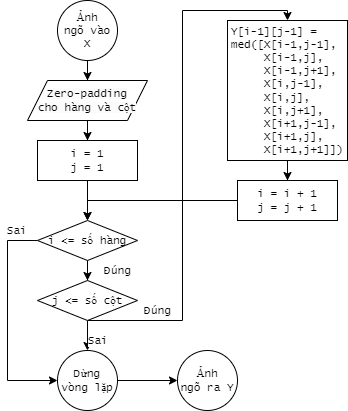
The draw.io diagram images/median_filtering_algorithm.png in pkhanh1103/proj_dsp, before a commit. Source tidied: cells renumbered, new cells last; positions are measured from the earlier drawing's top-left corner, leaving out a move shared by most shapes.
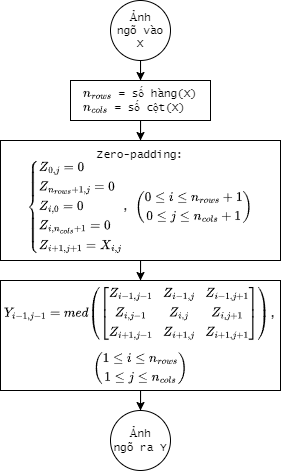
Later version of the same file.

The edit, as a diff of the source:
```diff
@@ -1,74 +1,33 @@
-<mxGraphModel>
+<mxGraphModel math="1">
   <root>
     <mxCell id="0" />
     <mxCell id="1" parent="0" />
-    <mxCell id="2" style="edgeStyle=orthogonalEdgeStyle;rounded=0;jettySize=auto;html=1;fontFamily=Lucida Console;" parent="1" edge="1" source="3" target="10">
-      <mxGeometry relative="1" as="geometry" />
-    </mxCell>
+    <mxCell id="21" style="edgeStyle=orthogonalEdgeStyle;rounded=0;jettySize=auto;html=1;entryX=0.5;entryY=0;entryDx=0;entryDy=0;" parent="1" edge="1" source="3" target="24">
+      <mxGeometry relative="1" as="geometry" />
+    </mxCell>
     <mxCell id="3" value="Ảnh &lt;br style=&quot;font-size: 11px;&quot;&gt;ngõ vào X" style="ellipse;whiteSpace=wrap;html=1;fontFamily=Lucida Console;fontSize=11;" parent="1" vertex="1">
-      <mxGeometry x="50" width="60" height="60" as="geometry" />
+      <mxGeometry x="70" width="60" height="60" as="geometry" />
     </mxCell>
-    <mxCell id="4" style="edgeStyle=orthogonalEdgeStyle;rounded=0;jettySize=auto;html=1;fontFamily=Lucida Console;" parent="1" edge="1" source="5" target="8">
-      <mxGeometry relative="1" as="geometry" />
-    </mxCell>
-    <mxCell id="5" value="i = 1&lt;br&gt;j = 1" style="rounded=0;whiteSpace=wrap;html=1;fontFamily=Lucida Console;fontSize=11;" parent="1" vertex="1">
-      <mxGeometry x="30" y="140" width="100" height="40" as="geometry" />
-    </mxCell>
-    <mxCell id="6" value="Đúng" style="edgeStyle=orthogonalEdgeStyle;rounded=0;jettySize=auto;html=1;entryX=0.5;entryY=0;entryDx=0;entryDy=0;fontFamily=Lucida Console;" parent="1" edge="1" source="8" target="15">
-      <mxGeometry x="0.67" y="30" relative="1" as="geometry" />
-    </mxCell>
-    <mxCell id="7" value="Sai" style="edgeStyle=orthogonalEdgeStyle;rounded=0;jettySize=auto;html=1;entryX=0;entryY=0.5;entryDx=0;entryDy=0;fontFamily=Lucida Console;" parent="1" edge="1" source="8" target="20">
-      <mxGeometry x="-0.81" y="-10" relative="1" as="geometry">
-        <Array as="points">
-          <mxPoint y="240" />
-          <mxPoint y="380" />
-        </Array>
-      </mxGeometry>
-    </mxCell>
-    <mxCell id="8" value="i &amp;lt;= số hàng" style="rhombus;whiteSpace=wrap;html=1;fontFamily=Lucida Console;fontSize=11;" parent="1" vertex="1">
-      <mxGeometry x="30" y="220" width="100" height="40" as="geometry" />
-    </mxCell>
-    <mxCell id="9" style="edgeStyle=orthogonalEdgeStyle;rounded=0;jettySize=auto;html=1;entryX=0.5;entryY=0;entryDx=0;entryDy=0;fontFamily=Lucida Console;" parent="1" edge="1" source="10" target="5">
-      <mxGeometry relative="1" as="geometry" />
-    </mxCell>
-    <mxCell id="10" value="&lt;span style=&quot;color: rgb(0, 0, 0); font-size: 11px; font-style: normal; font-variant-ligatures: normal; font-variant-caps: normal; font-weight: 400; letter-spacing: normal; orphans: 2; text-align: center; text-indent: 0px; text-transform: none; widows: 2; word-spacing: 0px; -webkit-text-stroke-width: 0px; white-space: normal; background-color: rgb(251, 251, 251); text-decoration-thickness: initial; text-decoration-style: initial; text-decoration-color: initial; float: none; display: inline !important;&quot;&gt;Zero-padding &lt;br style=&quot;font-size: 11px;&quot;&gt;cho hàng và cột&lt;/span&gt;" style="shape=parallelogram;perimeter=parallelogramPerimeter;whiteSpace=wrap;html=1;fixedSize=1;fontFamily=Lucida Console;fontSize=11;" parent="1" vertex="1">
-      <mxGeometry x="20" y="80" width="120" height="40" as="geometry" />
-    </mxCell>
-    <mxCell id="11" style="edgeStyle=orthogonalEdgeStyle;rounded=0;jettySize=auto;html=1;entryX=0.5;entryY=0;entryDx=0;entryDy=0;fontFamily=Lucida Console;" parent="1" edge="1" source="12" target="17">
-      <mxGeometry relative="1" as="geometry" />
-    </mxCell>
+    <mxCell id="22" style="edgeStyle=orthogonalEdgeStyle;rounded=0;jettySize=auto;html=1;entryX=0.5;entryY=0;entryDx=0;entryDy=0;" parent="1" edge="1" source="12" target="18">
+      <mxGeometry relative="1" as="geometry" />
+    </mxCell>
-    <mxCell id="12" value="&lt;div style=&quot;font-size: 11px; text-align: left;&quot;&gt;Y[i-1][j-1] =&lt;br&gt;med([X[i-1,j-1],&amp;nbsp;&lt;br&gt;&lt;span style=&quot;background-color: initial;&quot;&gt;&amp;nbsp; &amp;nbsp; &amp;nbsp;X[i-1,j],&amp;nbsp;&lt;br&gt;&lt;/span&gt;&lt;span style=&quot;background-color: initial;&quot;&gt;&amp;nbsp; &amp;nbsp; &amp;nbsp;X[i-1,j+1],&amp;nbsp;&lt;br&gt;&lt;/span&gt;&lt;span style=&quot;background-color: initial;&quot;&gt;&amp;nbsp; &amp;nbsp; &amp;nbsp;X[i,j-1],&amp;nbsp;&lt;br&gt;&lt;/span&gt;&lt;span style=&quot;background-color: initial;&quot;&gt;&amp;nbsp; &amp;nbsp; &amp;nbsp;X[i,j],&amp;nbsp;&lt;br&gt;&lt;/span&gt;&lt;span style=&quot;background-color: initial;&quot;&gt;&amp;nbsp; &amp;nbsp; &amp;nbsp;X[i,j+1],&amp;nbsp;&lt;/span&gt;&lt;/div&gt;&lt;div style=&quot;font-size: 11px; text-align: left;&quot;&gt;&lt;span style=&quot;background-color: initial;&quot;&gt;&amp;nbsp; &amp;nbsp; &amp;nbsp;X[i+1,j-1],&amp;nbsp;&lt;br&gt;&lt;/span&gt;&lt;span style=&quot;background-color: initial;&quot;&gt;&amp;nbsp; &amp;nbsp; &amp;nbsp;X[i+1,j],&amp;nbsp;&lt;br&gt;&lt;/span&gt;&lt;span style=&quot;background-color: initial;&quot;&gt;&amp;nbsp; &amp;nbsp; &amp;nbsp;X[i+1,j+1]])&lt;/span&gt;&lt;/div&gt;" style="rounded=0;whiteSpace=wrap;html=1;fontFamily=Lucida Console;" parent="1" vertex="1">
-      <mxGeometry x="220" y="20" width="120" height="140" as="geometry" />
+    <mxCell id="12" value="&lt;div style=&quot;font-size: 11px;&quot;&gt;`Y_(i-1,j-1) = \med([[Z_(i-1,j-1), Z_(i-1,j), Z_(i-1,j+1)],[Z_(i,j-1), Z_(i,j), Z_(i,j+1)],[Z_(i+1,j-1), Z_(i+1,j), Z_(i+1,j+1)]])`,&lt;br&gt;&lt;br&gt;&lt;span style=&quot;&quot;&gt;`((1&amp;lt;=i&amp;lt;=n_(rows)), (1&amp;lt;=j&amp;lt;=n_(cols)))`&lt;/span&gt;&lt;br&gt;&lt;/div&gt;" style="rounded=0;whiteSpace=wrap;html=1;fontFamily=Lucida Console;align=center;" parent="1" vertex="1">
+      <mxGeometry x="-40" y="280" width="280" height="110" as="geometry" />
     </mxCell>
-    <mxCell id="13" value="Đúng" style="edgeStyle=orthogonalEdgeStyle;rounded=0;jettySize=auto;html=1;entryX=0.5;entryY=0;entryDx=0;entryDy=0;fontFamily=Lucida Console;" parent="1" edge="1" source="15" target="12">
-      <mxGeometry x="-0.73" y="10" relative="1" as="geometry">
-        <Array as="points">
-          <mxPoint x="175" y="320" />
-          <mxPoint x="175" y="10" />
-          <mxPoint x="280" y="10" />
-        </Array>
-      </mxGeometry>
-    </mxCell>
-    <mxCell id="14" value="Sai" style="edgeStyle=orthogonalEdgeStyle;rounded=0;jettySize=auto;html=1;fontFamily=Lucida Console;" parent="1" edge="1" source="15" target="20">
-      <mxGeometry x="0.6" y="10" relative="1" as="geometry" />
-    </mxCell>
-    <mxCell id="15" value="j &amp;lt;= số cột" style="rhombus;whiteSpace=wrap;html=1;fontFamily=Lucida Console;fontSize=11;" parent="1" vertex="1">
-      <mxGeometry x="30" y="280" width="100" height="40" as="geometry" />
-    </mxCell>
-    <mxCell id="16" style="edgeStyle=orthogonalEdgeStyle;rounded=0;jettySize=auto;html=1;entryX=0.5;entryY=0;entryDx=0;entryDy=0;fontFamily=Lucida Console;" parent="1" edge="1" source="17" target="8">
-      <mxGeometry relative="1" as="geometry" />
-    </mxCell>
-    <mxCell id="17" value="i = i + 1&lt;br&gt;j = j + 1" style="rounded=0;whiteSpace=wrap;html=1;fontFamily=Lucida Console;fontSize=11;" parent="1" vertex="1">
-      <mxGeometry x="230" y="180" width="100" height="40" as="geometry" />
-    </mxCell>
     <mxCell id="18" value="Ảnh &lt;br style=&quot;font-size: 11px;&quot;&gt;ngõ ra Y" style="ellipse;whiteSpace=wrap;html=1;fontFamily=Lucida Console;fontSize=11;" parent="1" vertex="1">
-      <mxGeometry x="170" y="350" width="60" height="60" as="geometry" />
+      <mxGeometry x="70" y="410" width="60" height="60" as="geometry" />
     </mxCell>
-    <mxCell id="19" style="edgeStyle=orthogonalEdgeStyle;rounded=0;jettySize=auto;html=1;entryX=0;entryY=0.5;entryDx=0;entryDy=0;" parent="1" edge="1" source="20" target="18">
-      <mxGeometry relative="1" as="geometry" />
-    </mxCell>
-    <mxCell id="20" value="Dừng vòng lặp" style="ellipse;whiteSpace=wrap;html=1;fontFamily=Lucida Console;fontSize=11;" parent="1" vertex="1">
-      <mxGeometry x="50" y="350" width="60" height="60" as="geometry" />
-    </mxCell>
+    <mxCell id="23" style="edgeStyle=orthogonalEdgeStyle;rounded=0;jettySize=auto;html=1;entryX=0.5;entryY=0;entryDx=0;entryDy=0;" parent="1" edge="1" source="24" target="26">
+      <mxGeometry relative="1" as="geometry" />
+    </mxCell>
+    <mxCell id="24" value="&lt;div style=&quot;font-size: 11px; text-align: left;&quot;&gt;`n_(rows)` = số hàng(X)&lt;br&gt;`n_(cols)` = số cột(X)&lt;/div&gt;" style="rounded=0;whiteSpace=wrap;html=1;fontFamily=Lucida Console;" parent="1" vertex="1">
+      <mxGeometry x="30" y="80" width="140" height="40" as="geometry" />
+    </mxCell>
+    <mxCell id="25" style="edgeStyle=orthogonalEdgeStyle;rounded=0;jettySize=auto;html=1;entryX=0.5;entryY=0;entryDx=0;entryDy=0;" parent="1" edge="1" source="26" target="12">
+      <mxGeometry relative="1" as="geometry" />
+    </mxCell>
+    <mxCell id="26" value="&lt;div style=&quot;font-size: 11px;&quot;&gt;Zero-padding:&lt;br&gt;`{(Z_(0,j)=0), (Z_(n_(rows)+1,j)=0), (Z_(i,0) = 0), (Z_(i,n_(cols)+1)=0), (Z_(i+1,j+1)=X_(i,j)):}`, `((0&amp;lt;=i&amp;lt;=n_(rows)+1), (0&amp;lt;=j&amp;lt;=n_(cols)+1))`&lt;br&gt;&lt;/div&gt;" style="rounded=0;whiteSpace=wrap;html=1;fontFamily=Lucida Console;align=center;" parent="1" vertex="1">
+      <mxGeometry x="-40" y="140" width="280" height="120" as="geometry" />
+    </mxCell>
   </root>
 </mxGraphModel>
```
